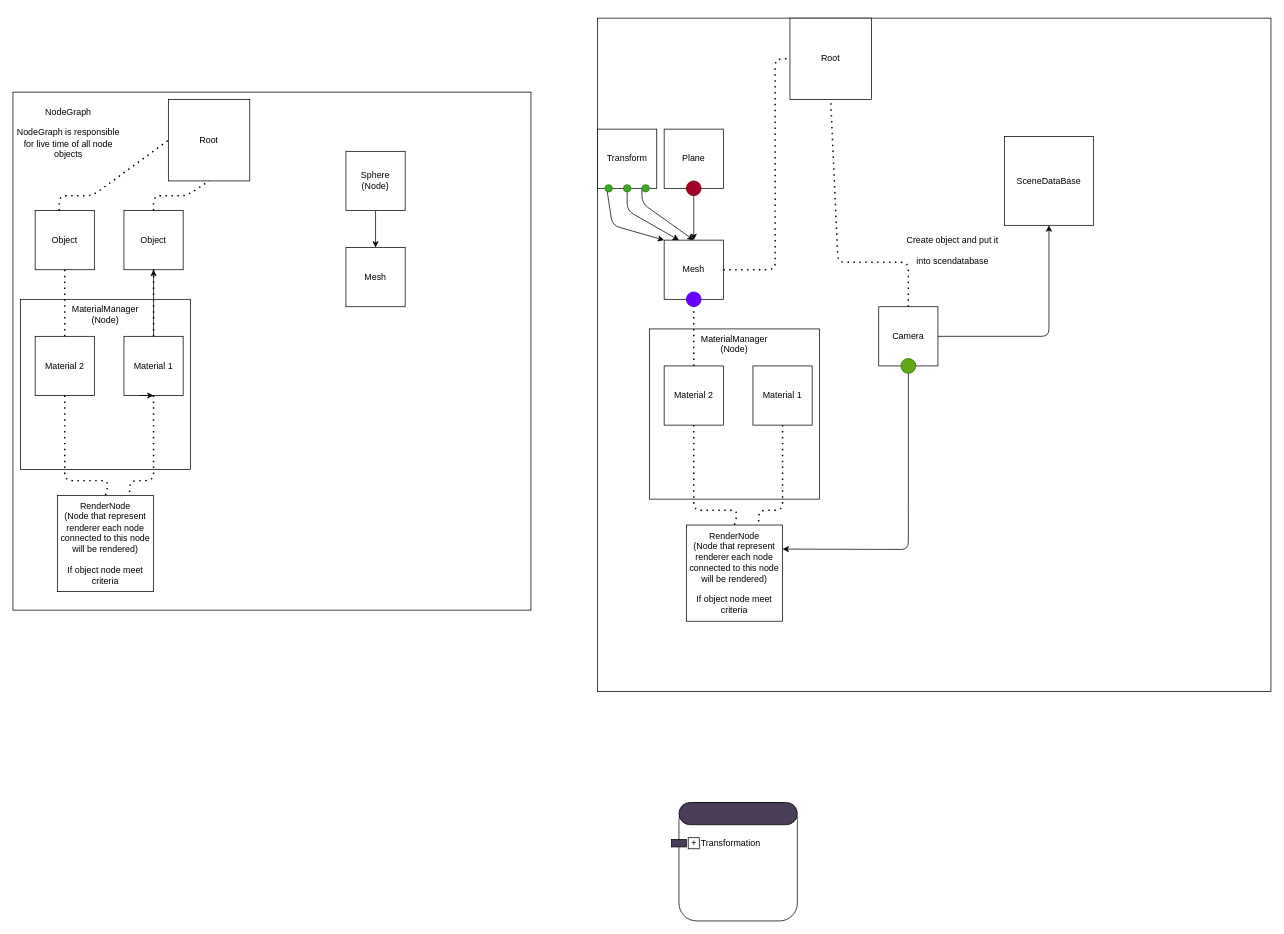
Earlier version of the draw.io diagram Documentation/NodeGraph.drawio (sstarosz/3DModelViewer). Source tidied: cells renumbered, new cells numbered last; positions are measured from the earlier drawing's top-left corner, leaving out a move shared by most shapes. Both pictures are drawn from the tidied source at 74%, with x=0, y=0 at pixel (13, 18).
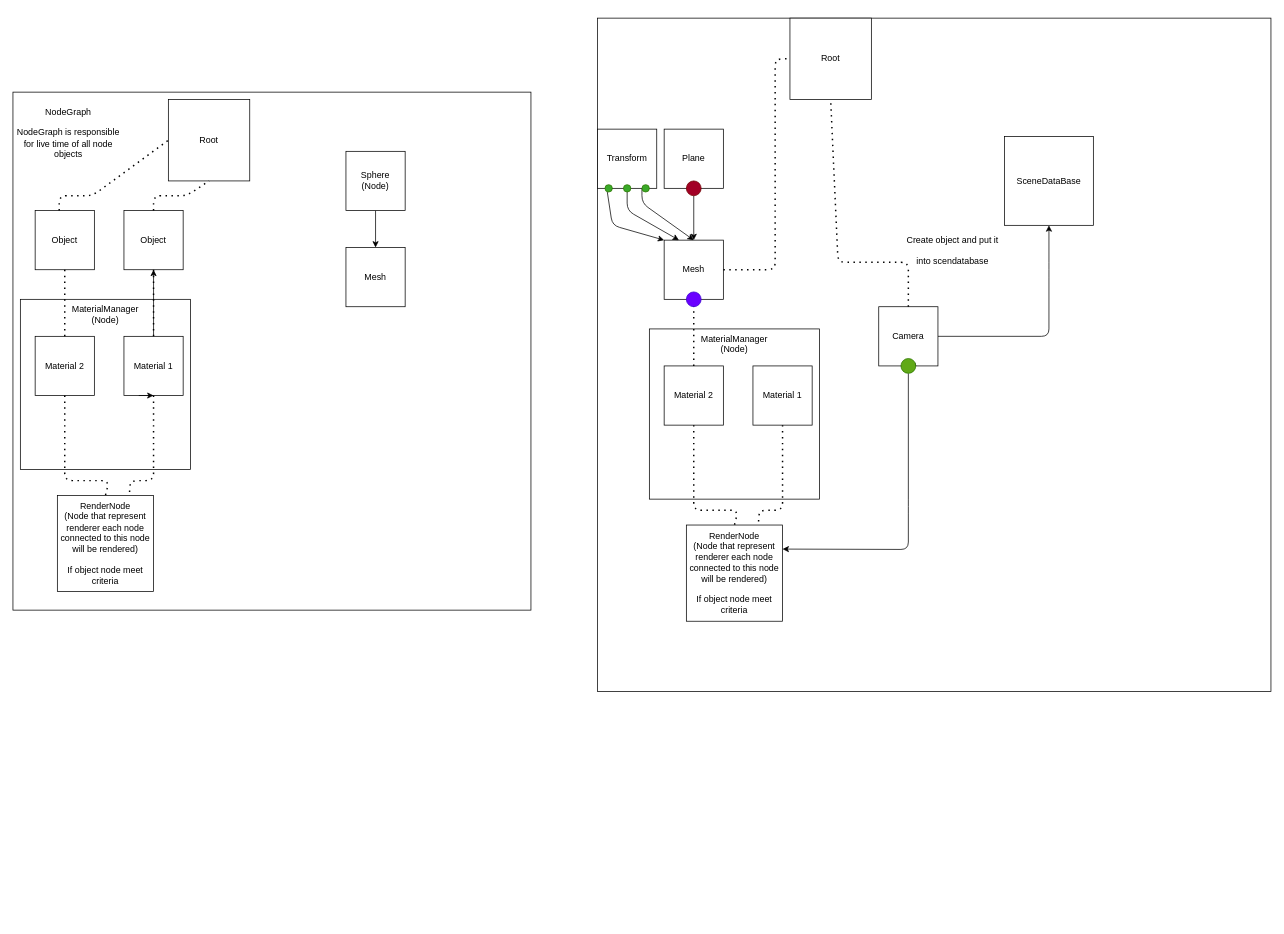
Above is the later version.

Unchanged cells that the change refers to:
```xml
<mxCell id="22" style="whiteSpace=wrap;html=1;" parent="1" vertex="1">
  <mxGeometry x="790" width="910" height="910" as="geometry" />
</mxCell>
<mxCell id="24" value="Root" style="whiteSpace=wrap;html=1;" parent="1" vertex="1">
  <mxGeometry x="1050" width="110" height="110" as="geometry" />
</mxCell>
```

What changed in the source:
```diff
@@
+    <mxCell id="58" style="edgeStyle=none;html=1;" parent="1" edge="1" source="24" target="22">
+      <mxGeometry relative="1" as="geometry" />
+    </mxCell>
@@
-    <mxCell id="54" style="whiteSpace=wrap;html=1;rounded=1;" parent="1" vertex="1">
-      <mxGeometry x="900" y="1060" width="160" height="160" as="geometry" />
-    </mxCell>
-    <mxCell id="55" style="whiteSpace=wrap;html=1;rounded=1;fillColor=#4A3E59;arcSize=160;absoluteArcSize=1;" parent="1" vertex="1">
-      <mxGeometry x="900" y="1060" width="160" height="30" as="geometry" />
-    </mxCell>
-    <mxCell id="56" style="whiteSpace=wrap;html=1;rounded=1;fillColor=#4A3E59;arcSize=0;absoluteArcSize=1;" parent="1" vertex="1">
-      <mxGeometry x="890" y="1110" width="20" height="10" as="geometry" />
-    </mxCell>
-    <mxCell id="57" value="Transformation" style="text;html=1;strokeColor=none;fillColor=none;align=center;verticalAlign=middle;whiteSpace=wrap;rounded=0;sketch=0;" parent="1" vertex="1">
-      <mxGeometry x="940" y="1100" width="60" height="30" as="geometry" />
-    </mxCell>
-    <mxCell id="58" value="+" style="rounded=0;whiteSpace=wrap;html=1;labelBorderColor=none;sketch=0;fillColor=none;" parent="1" vertex="1">
-      <mxGeometry x="912.5" y="1107.5" width="15" height="15" as="geometry" />
-    </mxCell>
```
